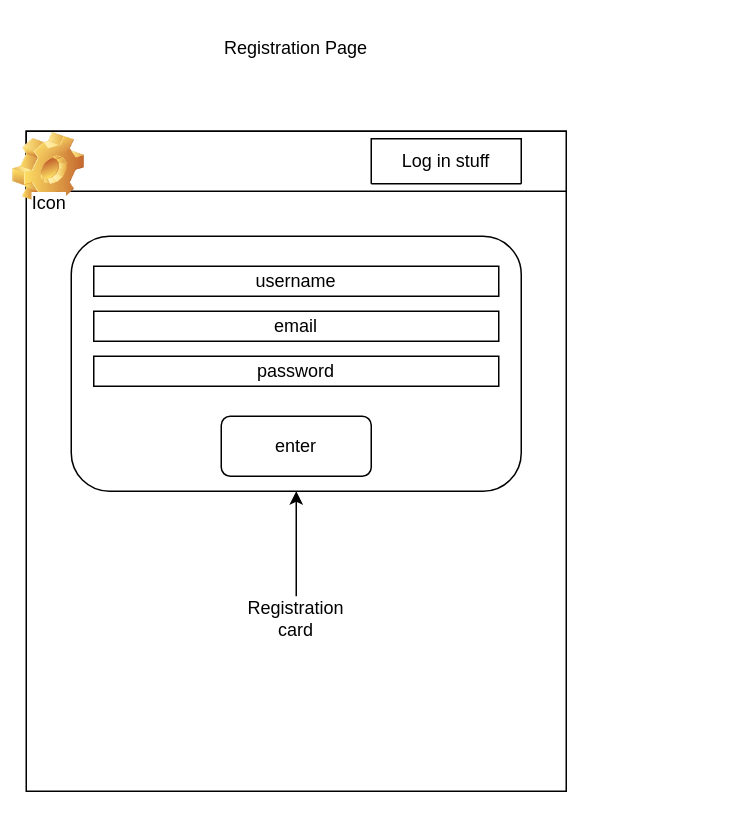
This is page "Page-3" (3 of 4) of uml.drawio from BopeChanUwU/CPSC272-Group-Project, a draw.io file, before an edit. Source tidied: cells renumbered, new cells numbered last; positions are measured from the earlier drawing's top-left corner, leaving out a move shared by most shapes. Both pictures are drawn from the tidied source at 150%, with x=0, y=0 at pixel (26, 26).
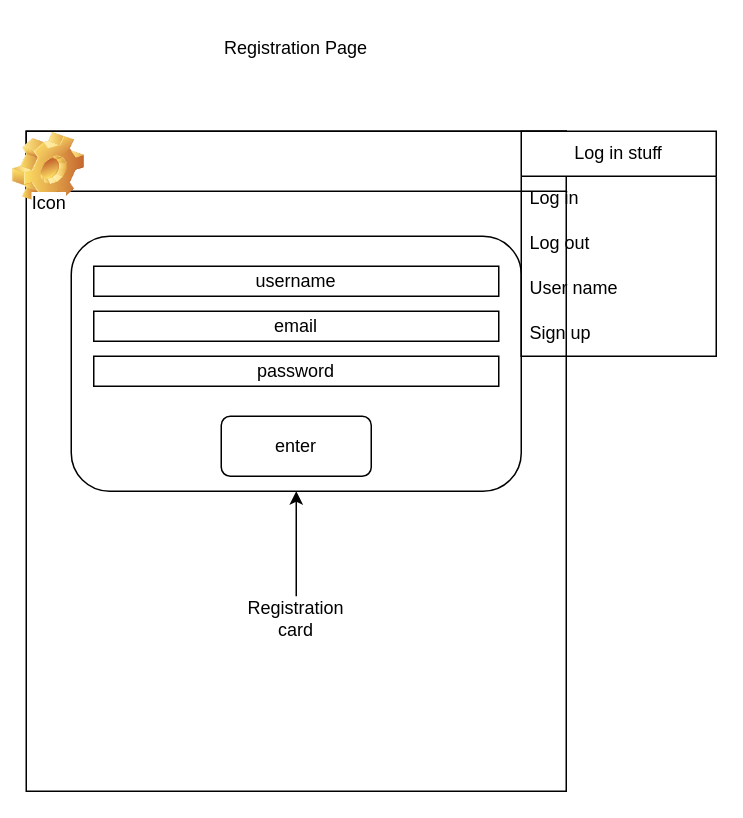
The same diagram, later.

What changed in the source:
```diff
@@
 <mxGraphModel>
   <root>
     <mxCell id="0" />
     <mxCell id="1" parent="0" />
     <mxCell id="2" style="rounded=0;whiteSpace=wrap;html=1;" parent="1" vertex="1">
       <mxGeometry y="70" width="360" height="440" as="geometry" />
     </mxCell>
     <mxCell id="3" value="Registration Page" style="text;html=1;align=center;verticalAlign=middle;whiteSpace=wrap;rounded=0;" parent="1" vertex="1">
       <mxGeometry width="360" height="30" as="geometry" />
     </mxCell>
     <mxCell id="4" style="rounded=0;whiteSpace=wrap;html=1;" parent="1" vertex="1">
       <mxGeometry y="70" width="360" height="40" as="geometry" />
     </mxCell>
     <mxCell id="5" style="rounded=1;whiteSpace=wrap;html=1;" parent="1" vertex="1">
       <mxGeometry x="30" y="140" width="300" height="170" as="geometry" />
     </mxCell>
     <mxCell id="6" value="Icon" style="icon;html=1;image=img/clipart/Gear_128x128.png;arcSize=50;" parent="1" vertex="1">
       <mxGeometry x="10" y="90" width="10" height="10" as="geometry" />
     </mxCell>
     <mxCell id="7" style="edgeStyle=none;html=1;exitX=0.5;exitY=0;exitDx=0;exitDy=0;" parent="1" edge="1" source="8" target="5">
       <mxGeometry relative="1" as="geometry" />
     </mxCell>
     <mxCell id="8" value="Registration card" style="text;html=1;align=center;verticalAlign=middle;whiteSpace=wrap;rounded=0;" parent="1" vertex="1">
       <mxGeometry x="150" y="380" width="60" height="30" as="geometry" />
     </mxCell>
     <mxCell id="9" value="username" style="rounded=0;whiteSpace=wrap;html=1;" parent="1" vertex="1">
       <mxGeometry x="45" y="160" width="270" height="20" as="geometry" />
     </mxCell>
     <mxCell id="10" value="email" style="rounded=0;whiteSpace=wrap;html=1;" parent="1" vertex="1">
       <mxGeometry x="45" y="190" width="270" height="20" as="geometry" />
     </mxCell>
     <mxCell id="11" value="password" style="rounded=0;whiteSpace=wrap;html=1;" parent="1" vertex="1">
       <mxGeometry x="45" y="220" width="270" height="20" as="geometry" />
     </mxCell>
     <mxCell id="12" value="enter" style="rounded=1;whiteSpace=wrap;html=1;" parent="1" vertex="1">
       <mxGeometry x="130" y="260" width="100" height="40" as="geometry" />
     </mxCell>
-    <mxCell id="13" value="Log in stuff" style="swimlane;fontStyle=0;horizontal=1;startSize=30;whiteSpace=wrap;html=1;" parent="1" vertex="1" collapsed="1">
-      <mxGeometry x="230" y="75" width="100" height="30" as="geometry" />
+    <mxCell id="13" value="Log in stuff" style="swimlane;fontStyle=0;horizontal=1;startSize=30;whiteSpace=wrap;html=1;" parent="1" vertex="1">
+      <mxGeometry x="330" y="70" width="130" height="150" as="geometry" />
     </mxCell>
+    <mxCell id="14" value="Log in" style="text;strokeColor=none;fillColor=none;align=left;verticalAlign=middle;spacingLeft=4;spacingRight=4;overflow=hidden;whiteSpace=wrap;html=1;" parent="13" vertex="1">
+      <mxGeometry y="30" width="130" height="30" as="geometry" />
+    </mxCell>
+    <mxCell id="15" value="Log out" style="text;strokeColor=none;fillColor=none;align=left;verticalAlign=middle;spacingLeft=4;spacingRight=4;overflow=hidden;whiteSpace=wrap;html=1;" parent="13" vertex="1">
+      <mxGeometry y="60" width="130" height="30" as="geometry" />
+    </mxCell>
+    <mxCell id="16" value="User name" style="text;strokeColor=none;fillColor=none;align=left;verticalAlign=middle;spacingLeft=4;spacingRight=4;overflow=hidden;whiteSpace=wrap;html=1;" parent="13" vertex="1">
+      <mxGeometry y="90" width="130" height="30" as="geometry" />
+    </mxCell>
+    <mxCell id="17" value="Sign up" style="text;strokeColor=none;fillColor=none;align=left;verticalAlign=middle;spacingLeft=4;spacingRight=4;overflow=hidden;whiteSpace=wrap;html=1;" parent="13" vertex="1">
+      <mxGeometry y="120" width="130" height="30" as="geometry" />
+    </mxCell>
   </root>
 </mxGraphModel>
```
